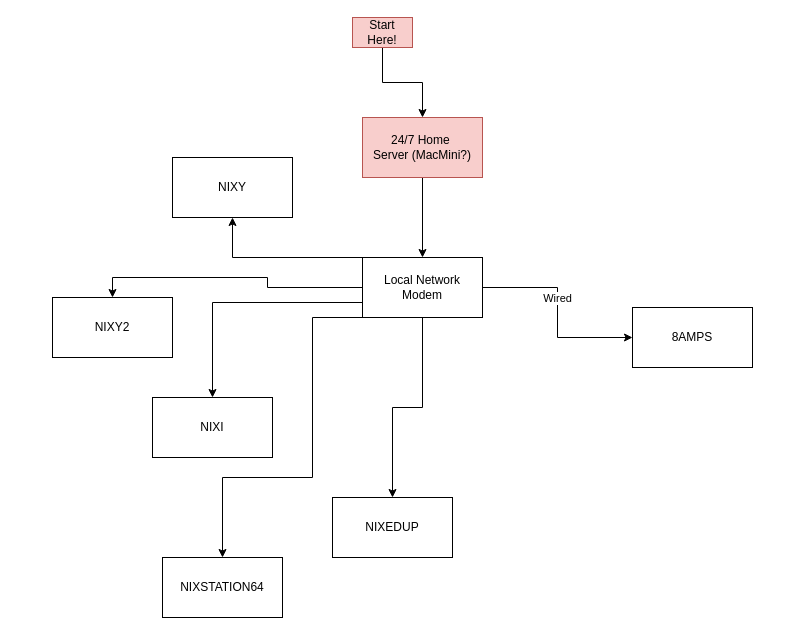
Before: architecture.drawio in aspauldingcode/.dotfiles, a draw.io diagram. Source tidied: cells renumbered, new cells numbered last; positions are measured from the earlier drawing's top-left corner, leaving out a move shared by most shapes. Both pictures are drawn from the tidied source at 100%, with x=0, y=0 at pixel (52, 17).
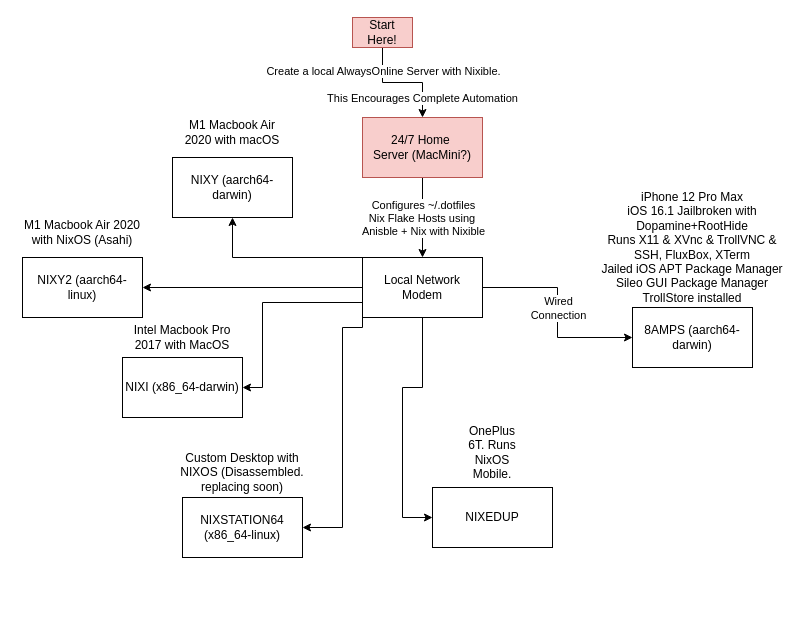
The same page after the edit.

Unchanged cells that the change refers to:
```xml
<mxCell id="2" style="edgeStyle=orthogonalEdgeStyle;rounded=0;jettySize=auto;html=1;" parent="1" edge="1" source="3" target="11">
  <mxGeometry relative="1" as="geometry" />
</mxCell>
<mxCell id="4" style="edgeStyle=orthogonalEdgeStyle;rounded=0;jettySize=auto;html=1;" parent="1" edge="1" source="11" target="12">
  <mxGeometry relative="1" as="geometry" />
</mxCell>
<mxCell id="11" value="Local Network Modem" style="rounded=0;whiteSpace=wrap;html=1;" parent="1" vertex="1">
  <mxGeometry x="310" y="240" width="120" height="60" as="geometry" />
</mxCell>
<mxCell id="18" style="edgeStyle=orthogonalEdgeStyle;rounded=0;jettySize=auto;html=1;" parent="1" edge="1" source="19" target="3">
  <mxGeometry relative="1" as="geometry" />
</mxCell>
```

The edit, as a diff of the source:
```diff
@@
+    <mxCell id="20" value="Configures ~/.dotfiles&lt;div&gt;Nix Flake Hosts using&amp;nbsp;&lt;/div&gt;&lt;div&gt;Anisble + Nix with Nixible&lt;/div&gt;" style="edgeLabel;html=1;align=center;verticalAlign=middle;" parent="2" vertex="1">
+      <mxGeometry x="-0.25" y="3" relative="1" as="geometry">
+        <mxPoint x="-3" y="10" as="offset" />
+      </mxGeometry>
+    </mxCell>
@@
-    <mxCell id="5" value="Wired" style="edgeLabel;html=1;align=center;verticalAlign=middle;" parent="4" vertex="1">
-      <mxGeometry x="-0.15" y="-1" relative="1" as="geometry" />
+    <mxCell id="5" value="Wired&lt;div&gt;Connection&lt;/div&gt;" style="edgeLabel;html=1;align=center;verticalAlign=middle;" parent="4" vertex="1">
+      <mxGeometry x="-0.15" y="-1" relative="1" as="geometry">
+        <mxPoint x="1" y="10" as="offset" />
+      </mxGeometry>
     </mxCell>
@@
-    <mxCell id="7" style="edgeStyle=orthogonalEdgeStyle;rounded=0;jettySize=auto;html=1;entryX=0.5;entryY=0;entryDx=0;entryDy=0;" parent="1" edge="1" source="11" target="14">
-      <mxGeometry relative="1" as="geometry" />
-    </mxCell>
-    <mxCell id="8" style="edgeStyle=orthogonalEdgeStyle;rounded=0;jettySize=auto;html=1;exitX=0;exitY=0.75;exitDx=0;exitDy=0;entryX=0.5;entryY=0;entryDx=0;entryDy=0;" parent="1" edge="1" source="11" target="15">
-      <mxGeometry relative="1" as="geometry" />
+    <mxCell id="8" style="edgeStyle=orthogonalEdgeStyle;rounded=0;jettySize=auto;html=1;exitX=0;exitY=0.75;exitDx=0;exitDy=0;entryX=1;entryY=0.5;entryDx=0;entryDy=0;" parent="1" edge="1" source="11" target="15">
+      <mxGeometry relative="1" as="geometry">
+        <Array as="points">
+          <mxPoint x="210" y="285" />
+          <mxPoint x="210" y="370" />
+        </Array>
+      </mxGeometry>
     </mxCell>
-    <mxCell id="9" style="edgeStyle=orthogonalEdgeStyle;rounded=0;jettySize=auto;html=1;exitX=0;exitY=1;exitDx=0;exitDy=0;" parent="1" edge="1" source="11" target="16">
+    <mxCell id="9" style="edgeStyle=orthogonalEdgeStyle;rounded=0;jettySize=auto;html=1;exitX=0;exitY=1;exitDx=0;exitDy=0;entryX=1;entryY=0.5;entryDx=0;entryDy=0;" parent="1" edge="1" source="11" target="16">
       <mxGeometry relative="1" as="geometry">
         <Array as="points">
-          <mxPoint x="260" y="300" />
-          <mxPoint x="260" y="460" />
-          <mxPoint x="170" y="460" />
+          <mxPoint x="310" y="310" />
+          <mxPoint x="290" y="310" />
+          <mxPoint x="290" y="510" />
         </Array>
       </mxGeometry>
     </mxCell>
     <mxCell id="10" style="edgeStyle=orthogonalEdgeStyle;rounded=0;jettySize=auto;html=1;" parent="1" edge="1" source="11" target="17">
-      <mxGeometry relative="1" as="geometry" />
+      <mxGeometry relative="1" as="geometry">
+        <Array as="points">
+          <mxPoint x="370" y="370" />
+          <mxPoint x="350" y="370" />
+          <mxPoint x="350" y="500" />
+        </Array>
+      </mxGeometry>
     </mxCell>
+    <mxCell id="7" style="edgeStyle=orthogonalEdgeStyle;rounded=0;jettySize=auto;html=1;exitX=0;exitY=0.5;exitDx=0;exitDy=0;entryX=1;entryY=0.5;entryDx=0;entryDy=0;" parent="1" edge="1" source="11" target="14">
+      <mxGeometry relative="1" as="geometry" />
+    </mxCell>
@@
-    <mxCell id="12" value="8AMPS" style="rounded=0;whiteSpace=wrap;html=1;" parent="1" vertex="1">
+    <mxCell id="12" value="8AMPS (aarch64-darwin)" style="rounded=0;whiteSpace=wrap;html=1;" parent="1" vertex="1">
       <mxGeometry x="580" y="290" width="120" height="60" as="geometry" />
     </mxCell>
-    <mxCell id="13" value="NIXY" style="rounded=0;whiteSpace=wrap;html=1;" parent="1" vertex="1">
+    <mxCell id="13" value="NIXY (aarch64-darwin)" style="rounded=0;whiteSpace=wrap;html=1;" parent="1" vertex="1">
       <mxGeometry x="120" y="140" width="120" height="60" as="geometry" />
     </mxCell>
-    <mxCell id="14" value="NIXY2" style="rounded=0;whiteSpace=wrap;html=1;" parent="1" vertex="1">
-      <mxGeometry y="280" width="120" height="60" as="geometry" />
+    <mxCell id="14" value="NIXY2 (aarch64-linux)" style="rounded=0;whiteSpace=wrap;html=1;" parent="1" vertex="1">
+      <mxGeometry x="-30" y="240" width="120" height="60" as="geometry" />
     </mxCell>
-    <mxCell id="15" value="NIXI" style="rounded=0;whiteSpace=wrap;html=1;" parent="1" vertex="1">
-      <mxGeometry x="100" y="380" width="120" height="60" as="geometry" />
+    <mxCell id="15" value="NIXI (x86_64-darwin)" style="rounded=0;whiteSpace=wrap;html=1;" parent="1" vertex="1">
+      <mxGeometry x="70" y="340" width="120" height="60" as="geometry" />
     </mxCell>
-    <mxCell id="16" value="NIXSTATION64" style="rounded=0;whiteSpace=wrap;html=1;" parent="1" vertex="1">
-      <mxGeometry x="110" y="540" width="120" height="60" as="geometry" />
+    <mxCell id="16" value="NIXSTATION64 (x86_64-linux)" style="rounded=0;whiteSpace=wrap;html=1;" parent="1" vertex="1">
+      <mxGeometry x="130" y="480" width="120" height="60" as="geometry" />
     </mxCell>
     <mxCell id="17" value="NIXEDUP" style="rounded=0;whiteSpace=wrap;html=1;" parent="1" vertex="1">
-      <mxGeometry x="280" y="480" width="120" height="60" as="geometry" />
+      <mxGeometry x="380" y="470" width="120" height="60" as="geometry" />
     </mxCell>
@@
+    <mxCell id="21" value="Create a local AlwaysOnline Server with Nixible." style="edgeLabel;html=1;align=center;verticalAlign=middle;" parent="18" vertex="1">
+      <mxGeometry x="-0.58" relative="1" as="geometry" />
+    </mxCell>
+    <mxCell id="22" value="This Encourages Complete Automation" style="edgeLabel;html=1;align=center;verticalAlign=middle;" parent="18" vertex="1">
+      <mxGeometry x="0.45" y="-1" relative="1" as="geometry">
+        <mxPoint y="10" as="offset" />
+      </mxGeometry>
+    </mxCell>
@@
+    <mxCell id="23" value="iPhone 12 Pro Max&lt;div&gt;iOS 16.1 Jailbroken with Dopamine+RootHide&lt;div&gt;Runs X11 &amp;amp; XVnc &amp;amp; TrollVNC &amp;amp; SSH, FluxBox, XTerm&lt;/div&gt;&lt;/div&gt;&lt;div&gt;Jailed iOS APT Package Manager&lt;/div&gt;&lt;div&gt;Sileo GUI Package Manager&lt;/div&gt;&lt;div&gt;TrollStore installed&lt;/div&gt;" style="text;html=1;align=center;verticalAlign=middle;whiteSpace=wrap;rounded=0;" parent="1" vertex="1">
+      <mxGeometry x="545" y="180" width="190" height="100" as="geometry" />
+    </mxCell>
+    <mxCell id="24" value="OnePlus 6T. Runs NixOS Mobile." style="text;html=1;align=center;verticalAlign=middle;whiteSpace=wrap;rounded=0;" parent="1" vertex="1">
+      <mxGeometry x="410" y="420" width="60" height="30" as="geometry" />
+    </mxCell>
+    <mxCell id="25" value="M1 Macbook Air 2020 with macOS" style="text;html=1;align=center;verticalAlign=middle;whiteSpace=wrap;rounded=0;" parent="1" vertex="1">
+      <mxGeometry x="130" y="100" width="100" height="30" as="geometry" />
+    </mxCell>
+    <mxCell id="26" value="M1 Macbook Air 2020 with NixOS (Asahi)" style="text;html=1;align=center;verticalAlign=middle;whiteSpace=wrap;rounded=0;" parent="1" vertex="1">
+      <mxGeometry x="-35" y="200" width="130" height="30" as="geometry" />
+    </mxCell>
+    <mxCell id="27" value="Intel Macbook Pro 2017 with MacOS" style="text;html=1;align=center;verticalAlign=middle;whiteSpace=wrap;rounded=0;" parent="1" vertex="1">
+      <mxGeometry x="80" y="305" width="100" height="30" as="geometry" />
+    </mxCell>
+    <mxCell id="28" value="Custom Desktop with NIXOS (Disassembled. replacing soon)" style="text;html=1;align=center;verticalAlign=middle;whiteSpace=wrap;rounded=0;" parent="1" vertex="1">
+      <mxGeometry x="120" y="440" width="140" height="30" as="geometry" />
+    </mxCell>
```
